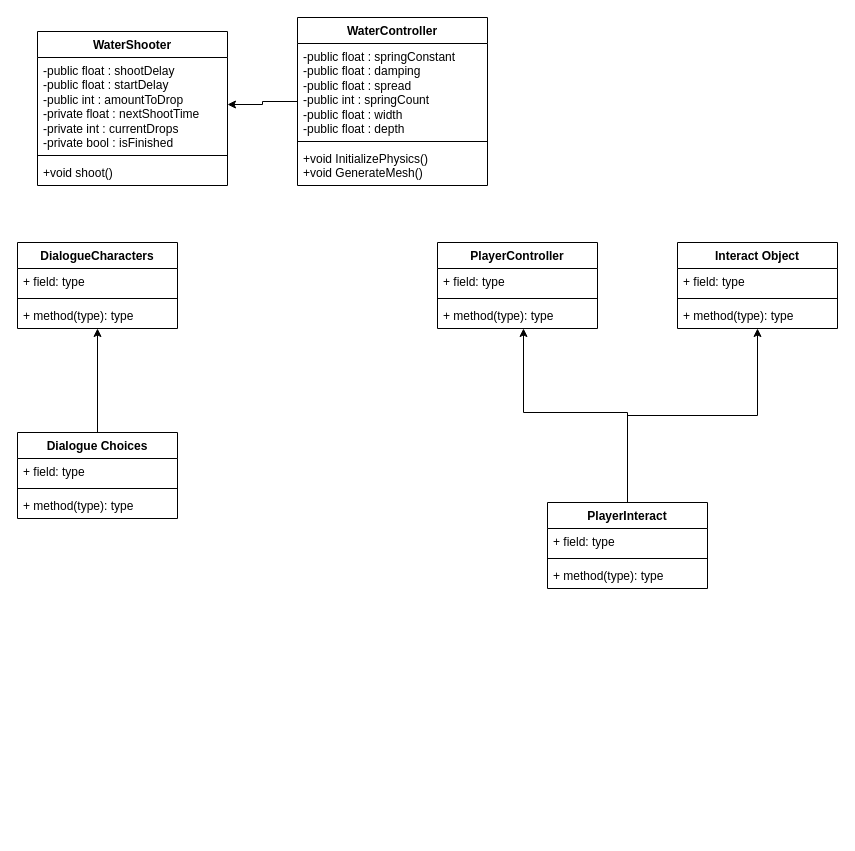
Above: skibidi Diagram.drawio in Blindman2233/ForDiagram (draw.io), before the change. Source tidied: cells renumbered, new cells numbered last; positions are measured from the earlier drawing's top-left corner, leaving out a move shared by most shapes. Both pictures are drawn from the tidied source at 100%, with x=0, y=0 at pixel (17, 17).
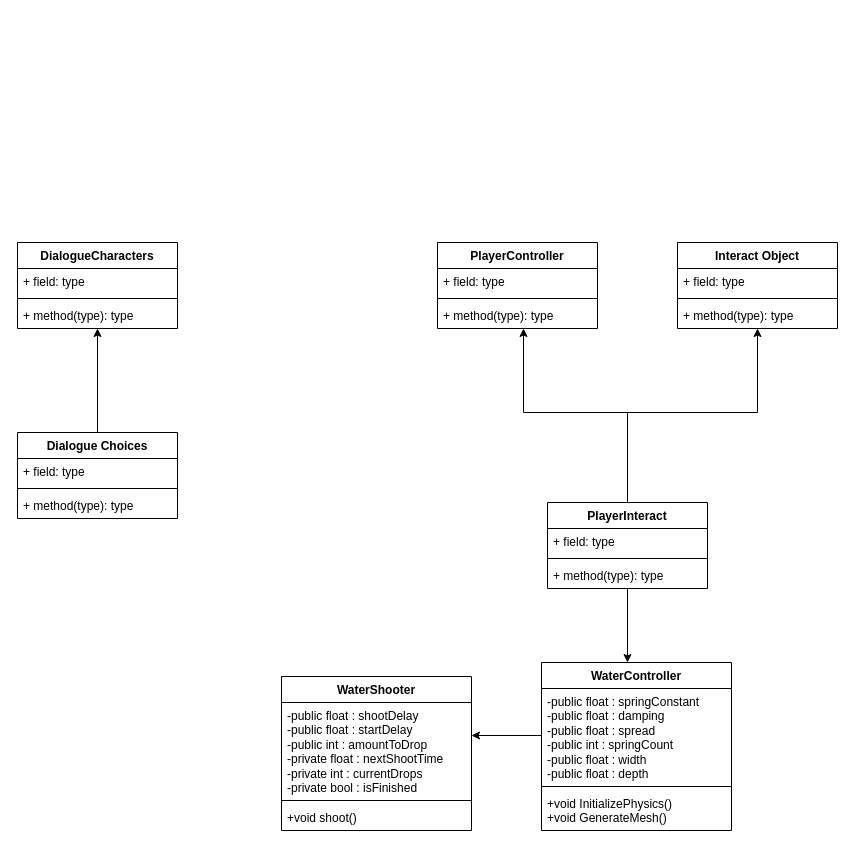
Above is the later version.

The change refers to these unchanged cells:
```xml
<mxCell id="3" value="-public float : shootDelay&lt;div&gt;-public float : startDelay&lt;/div&gt;&lt;div&gt;-public int : amountToDrop&lt;/div&gt;&lt;div&gt;-private float : nextShootTime&lt;/div&gt;&lt;div&gt;-private int : currentDrops&lt;/div&gt;&lt;div&gt;-private bool : isFinished&lt;/div&gt;" style="text;strokeColor=none;fillColor=none;align=left;verticalAlign=top;spacingLeft=4;spacingRight=4;overflow=hidden;points=[[0,0.5],[1,0.5]];portConstraint=eastwest;whiteSpace=wrap;html=1;" parent="2" vertex="1">
  <mxGeometry y="26" width="190" height="94" as="geometry" />
</mxCell>
<mxCell id="12" value="PlayerInteract" style="swimlane;fontStyle=1;align=center;verticalAlign=top;horizontal=1;startSize=26;whiteSpace=wrap;html=1;" parent="1" vertex="1">
  <mxGeometry x="530" y="485" width="160" height="86" as="geometry" />
</mxCell>
<mxCell id="16" value="Interact Object" style="swimlane;fontStyle=1;align=center;verticalAlign=top;horizontal=1;startSize=26;whiteSpace=wrap;html=1;" parent="1" vertex="1">
  <mxGeometry x="660" y="225" width="160" height="86" as="geometry" />
</mxCell>
<mxCell id="31" value="&lt;div&gt;-public float : springConstant&amp;nbsp;&lt;/div&gt;&lt;div&gt;-public float : damping&amp;nbsp;&lt;/div&gt;&lt;div&gt;-public float : spread&amp;nbsp;&lt;/div&gt;&lt;div&gt;-public int : springCount&amp;nbsp;&lt;/div&gt;&lt;div&gt;-public float : width&amp;nbsp;&lt;/div&gt;&lt;div&gt;-public float : depth&amp;nbsp;&lt;/div&gt;" style="text;strokeColor=none;fillColor=none;align=left;verticalAlign=top;spacingLeft=4;spacingRight=4;overflow=hidden;points=[[0,0.5],[1,0.5]];portConstraint=eastwest;whiteSpace=wrap;html=1;" parent="30" vertex="1">
  <mxGeometry y="26" width="190" height="94" as="geometry" />
</mxCell>
```

The edit, as a diff of the source:
```diff
@@
     <mxCell id="2" value="WaterShooter" style="swimlane;fontStyle=1;align=center;verticalAlign=top;horizontal=1;startSize=26;whiteSpace=wrap;html=1;" parent="1" vertex="1">
-      <mxGeometry x="20" y="14" width="190" height="154" as="geometry" />
+      <mxGeometry x="264" y="659" width="190" height="154" as="geometry" />
     </mxCell>
@@
     <mxCell id="11" style="edgeStyle=orthogonalEdgeStyle;rounded=0;jettySize=auto;html=1;" parent="1" edge="1" source="12" target="16">
-      <mxGeometry relative="1" as="geometry" />
+      <mxGeometry relative="1" as="geometry">
+        <Array as="points">
+          <mxPoint x="610" y="395" />
+          <mxPoint x="740" y="395" />
+        </Array>
+      </mxGeometry>
     </mxCell>
+    <mxCell id="34" style="edgeStyle=orthogonalEdgeStyle;rounded=0;jettySize=auto;html=1;" parent="1" edge="1" source="12" target="30">
+      <mxGeometry relative="1" as="geometry">
+        <Array as="points">
+          <mxPoint x="610" y="645" />
+          <mxPoint x="610" y="645" />
+        </Array>
+      </mxGeometry>
+    </mxCell>
@@
-    <mxCell id="29" style="edgeStyle=orthogonalEdgeStyle;rounded=0;jettySize=auto;html=1;entryX=1;entryY=0.5;entryDx=0;entryDy=0;" parent="1" edge="1" source="30" target="3">
-      <mxGeometry relative="1" as="geometry" />
-    </mxCell>
     <mxCell id="30" value="WaterController" style="swimlane;fontStyle=1;align=center;verticalAlign=top;horizontal=1;startSize=26;whiteSpace=wrap;html=1;" parent="1" vertex="1">
-      <mxGeometry x="280" width="190" height="168" as="geometry" />
+      <mxGeometry x="524" y="645" width="190" height="168" as="geometry" />
     </mxCell>
@@
+    <mxCell id="35" style="edgeStyle=orthogonalEdgeStyle;rounded=0;jettySize=auto;html=1;entryX=1;entryY=0.351;entryDx=0;entryDy=0;entryPerimeter=0;" parent="1" edge="1" source="31" target="3">
+      <mxGeometry relative="1" as="geometry" />
+    </mxCell>
```
